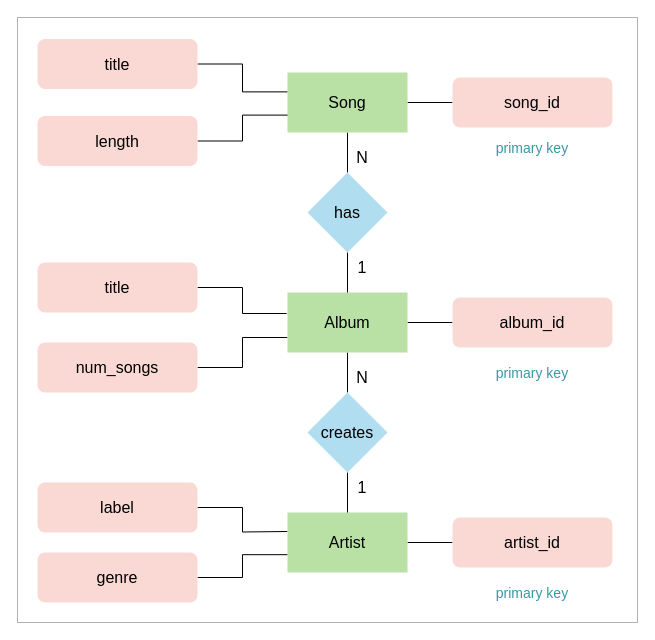
The draw.io diagram page "conceptual" (12 of 16) of assets/drawio-files/all-things-data.drawio in joseeden/joeden, before the edit. Source tidied: cells renumbered, new cells numbered last; positions are measured from the earlier drawing's top-left corner, leaving out a move shared by most shapes. Both pictures are drawn from the tidied source at 100%, with x=0, y=0 at pixel (17, 17).
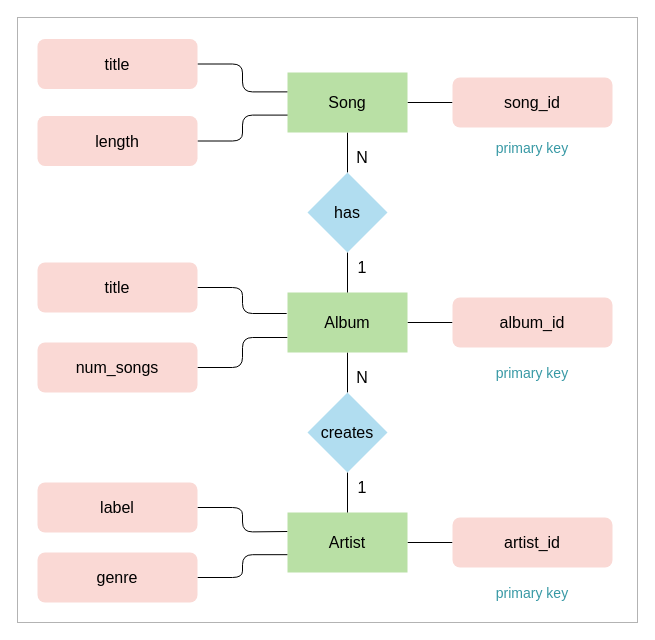
The same diagram, later.

Unchanged cells that the change refers to:
```xml
<mxCell id="6" value="&lt;font style=&quot;font-size: 16px;&quot;&gt;Song&lt;/font&gt;" style="rounded=0;whiteSpace=wrap;html=1;fillColor=#B9E0A5;strokeColor=none;" parent="1" vertex="1">
  <mxGeometry x="270" y="55" width="120" height="60" as="geometry" />
</mxCell>
<mxCell id="11" value="&lt;font style=&quot;font-size: 16px;&quot;&gt;Album&lt;/font&gt;" style="rounded=0;whiteSpace=wrap;html=1;fillColor=#B9E0A5;strokeColor=none;" parent="1" vertex="1">
  <mxGeometry x="270" y="275" width="120" height="60" as="geometry" />
</mxCell>
<mxCell id="15" value="&lt;font style=&quot;font-size: 16px;&quot;&gt;Artist&lt;/font&gt;" style="rounded=0;whiteSpace=wrap;html=1;fillColor=#B9E0A5;strokeColor=none;" parent="1" vertex="1">
  <mxGeometry x="270" y="495" width="120" height="60" as="geometry" />
</mxCell>
<mxCell id="25" value="&lt;font style=&quot;font-size: 16px;&quot;&gt;title&lt;/font&gt;" style="rounded=1;whiteSpace=wrap;html=1;fillColor=#fad9d5;strokeColor=none;" parent="1" vertex="1">
  <mxGeometry x="20" y="21.5" width="160" height="50" as="geometry" />
</mxCell>
<mxCell id="26" value="&lt;font style=&quot;font-size: 16px;&quot;&gt;length&lt;/font&gt;" style="rounded=1;whiteSpace=wrap;html=1;fillColor=#fad9d5;strokeColor=none;" parent="1" vertex="1">
  <mxGeometry x="20" y="98.5" width="160" height="50" as="geometry" />
</mxCell>
<mxCell id="27" value="&lt;font style=&quot;font-size: 16px;&quot;&gt;title&lt;/font&gt;" style="rounded=1;whiteSpace=wrap;html=1;fillColor=#fad9d5;strokeColor=none;" parent="1" vertex="1">
  <mxGeometry x="20" y="245" width="160" height="50" as="geometry" />
</mxCell>
<mxCell id="28" value="&lt;font style=&quot;font-size: 16px;&quot;&gt;num_songs&lt;/font&gt;" style="rounded=1;whiteSpace=wrap;html=1;fillColor=#fad9d5;strokeColor=none;" parent="1" vertex="1">
  <mxGeometry x="20" y="325" width="160" height="50" as="geometry" />
</mxCell>
<mxCell id="31" value="&lt;font style=&quot;font-size: 16px;&quot;&gt;label&lt;/font&gt;" style="rounded=1;whiteSpace=wrap;html=1;fillColor=#fad9d5;strokeColor=none;" parent="1" vertex="1">
  <mxGeometry x="20" y="465" width="160" height="50" as="geometry" />
</mxCell>
<mxCell id="32" value="&lt;font style=&quot;font-size: 16px;&quot;&gt;genre&lt;/font&gt;" style="rounded=1;whiteSpace=wrap;html=1;fillColor=#fad9d5;strokeColor=none;" parent="1" vertex="1">
  <mxGeometry x="20" y="535" width="160" height="50" as="geometry" />
</mxCell>
```

Diff of the diagram source:
```diff
@@
+    <mxCell id="33" style="rounded=0;whiteSpace=wrap;html=1;fontSize=16;fillColor=none;strokeColor=#B3B3B3;" parent="1" vertex="1">
+      <mxGeometry width="620" height="605" as="geometry" />
+    </mxCell>
@@
-    <mxCell id="3" style="edgeStyle=orthogonalEdgeStyle;rounded=0;jettySize=auto;html=1;entryX=1;entryY=0.5;entryDx=0;entryDy=0;fontSize=16;endArrow=none;endFill=0;exitX=0.005;exitY=0.71;exitDx=0;exitDy=0;exitPerimeter=0;" parent="1" edge="1" source="6" target="26">
+    <mxCell id="3" style="edgeStyle=orthogonalEdgeStyle;rounded=1;jettySize=auto;html=1;entryX=1;entryY=0.5;entryDx=0;entryDy=0;fontSize=16;endArrow=none;endFill=0;exitX=0.005;exitY=0.71;exitDx=0;exitDy=0;exitPerimeter=0;" parent="1" edge="1" source="6" target="26">
       <mxGeometry relative="1" as="geometry" />
     </mxCell>
-    <mxCell id="4" style="edgeStyle=orthogonalEdgeStyle;rounded=0;jettySize=auto;html=1;entryX=1;entryY=0.5;entryDx=0;entryDy=0;fontSize=16;endArrow=none;endFill=0;exitX=0.002;exitY=0.323;exitDx=0;exitDy=0;exitPerimeter=0;" parent="1" edge="1" source="6" target="25">
+    <mxCell id="4" style="edgeStyle=orthogonalEdgeStyle;rounded=1;jettySize=auto;html=1;entryX=1;entryY=0.5;entryDx=0;entryDy=0;fontSize=16;endArrow=none;endFill=0;exitX=0.002;exitY=0.323;exitDx=0;exitDy=0;exitPerimeter=0;" parent="1" edge="1" source="6" target="25">
       <mxGeometry relative="1" as="geometry" />
     </mxCell>
@@
-    <mxCell id="8" style="edgeStyle=orthogonalEdgeStyle;rounded=0;jettySize=auto;html=1;entryX=1;entryY=0.5;entryDx=0;entryDy=0;fontSize=16;endArrow=none;endFill=0;exitX=0;exitY=0.75;exitDx=0;exitDy=0;" parent="1" edge="1" source="11" target="28">
+    <mxCell id="8" style="edgeStyle=orthogonalEdgeStyle;rounded=1;jettySize=auto;html=1;entryX=1;entryY=0.5;entryDx=0;entryDy=0;fontSize=16;endArrow=none;endFill=0;exitX=0;exitY=0.75;exitDx=0;exitDy=0;" parent="1" edge="1" source="11" target="28">
       <mxGeometry relative="1" as="geometry" />
     </mxCell>
-    <mxCell id="9" style="edgeStyle=orthogonalEdgeStyle;rounded=0;jettySize=auto;html=1;entryX=1;entryY=0.5;entryDx=0;entryDy=0;fontSize=16;endArrow=none;endFill=0;exitX=-0.007;exitY=0.35;exitDx=0;exitDy=0;exitPerimeter=0;" parent="1" edge="1" source="11" target="27">
+    <mxCell id="9" style="edgeStyle=orthogonalEdgeStyle;rounded=1;jettySize=auto;html=1;entryX=1;entryY=0.5;entryDx=0;entryDy=0;fontSize=16;endArrow=none;endFill=0;exitX=-0.007;exitY=0.35;exitDx=0;exitDy=0;exitPerimeter=0;" parent="1" edge="1" source="11" target="27">
       <mxGeometry relative="1" as="geometry" />
     </mxCell>
@@
-    <mxCell id="13" style="edgeStyle=orthogonalEdgeStyle;rounded=0;jettySize=auto;html=1;entryX=1;entryY=0.5;entryDx=0;entryDy=0;fontSize=16;endArrow=none;endFill=0;" parent="1" edge="1" target="31">
+    <mxCell id="13" style="edgeStyle=orthogonalEdgeStyle;rounded=1;jettySize=auto;html=1;entryX=1;entryY=0.5;entryDx=0;entryDy=0;fontSize=16;endArrow=none;endFill=0;" parent="1" edge="1" target="31">
       <mxGeometry relative="1" as="geometry">
         <mxPoint x="270" y="514" as="sourcePoint" />
       </mxGeometry>
     </mxCell>
-    <mxCell id="14" style="edgeStyle=orthogonalEdgeStyle;rounded=0;jettySize=auto;html=1;entryX=1;entryY=0.5;entryDx=0;entryDy=0;fontSize=16;endArrow=none;endFill=0;exitX=0.002;exitY=0.703;exitDx=0;exitDy=0;exitPerimeter=0;" parent="1" edge="1" source="15" target="32">
+    <mxCell id="14" style="edgeStyle=orthogonalEdgeStyle;rounded=1;jettySize=auto;html=1;entryX=1;entryY=0.5;entryDx=0;entryDy=0;fontSize=16;endArrow=none;endFill=0;exitX=0.002;exitY=0.703;exitDx=0;exitDy=0;exitPerimeter=0;" parent="1" edge="1" source="15" target="32">
       <mxGeometry relative="1" as="geometry" />
     </mxCell>
@@
-    <mxCell id="33" style="rounded=0;whiteSpace=wrap;html=1;fontSize=16;fillColor=none;strokeColor=#B3B3B3;" parent="1" vertex="1">
-      <mxGeometry width="620" height="605" as="geometry" />
-    </mxCell>
```
